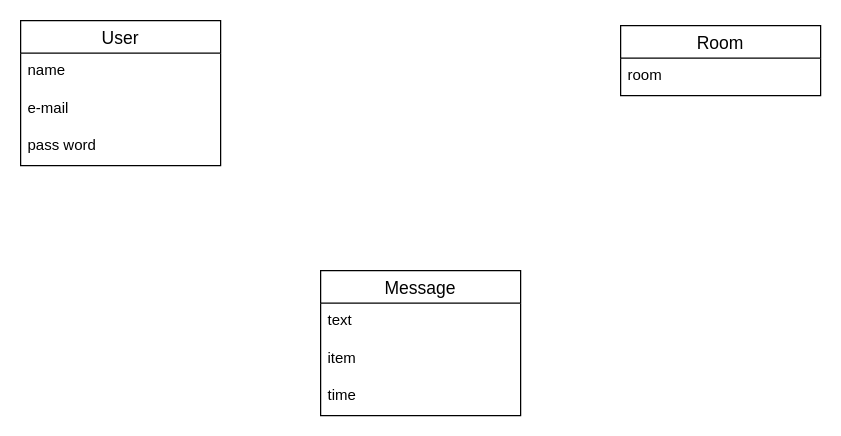
Before: Draw.dio in Office-asami/chat-app, a draw.io diagram. Source tidied: cells renumbered, new cells numbered last; positions are measured from the earlier drawing's top-left corner, leaving out a move shared by most shapes. Both pictures are drawn from the tidied source at 125%, with x=0, y=0 at pixel (20, 20).
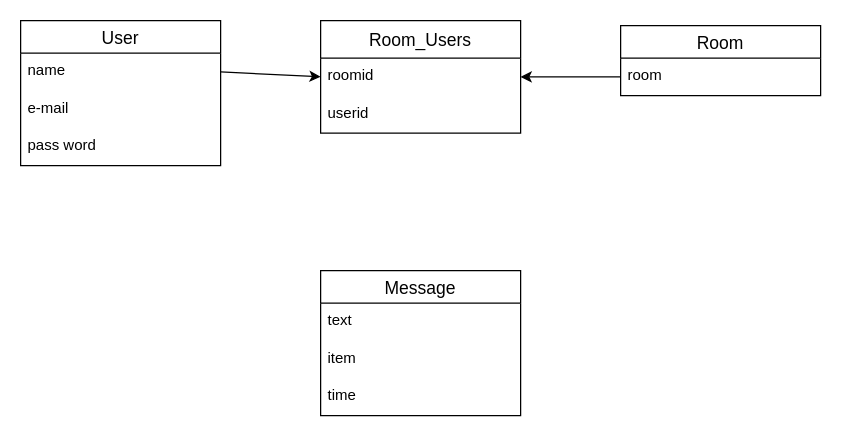
Above is the later version.

Commit message (it also covers changes not shown here):
room_usersテーブルの作成

Change to the diagram source:
```diff
@@
 <mxGraphModel>
   <root>
     <mxCell id="0" />
     <mxCell id="1" parent="0" />
     <mxCell id="2" value="User" style="swimlane;fontStyle=0;horizontal=1;startSize=26;align=center;fontSize=14;" parent="1" vertex="1">
       <mxGeometry width="160" height="116" as="geometry" />
     </mxCell>
     <mxCell id="3" value="name" style="text;strokeColor=none;fillColor=none;spacingLeft=4;spacingRight=4;overflow=hidden;points=[[0,0.5],[1,0.5]];portConstraint=eastwest;fontSize=12;" parent="2" vertex="1">
       <mxGeometry y="26" width="160" height="30" as="geometry" />
     </mxCell>
     <mxCell id="4" value="e-mail" style="text;strokeColor=none;fillColor=none;spacingLeft=4;spacingRight=4;overflow=hidden;fontSize=12;" parent="2" vertex="1">
       <mxGeometry y="56" width="160" height="30" as="geometry" />
     </mxCell>
     <mxCell id="5" value="pass word" style="text;strokeColor=none;fillColor=none;spacingLeft=4;spacingRight=4;overflow=hidden;fontSize=12;" parent="2" vertex="1">
       <mxGeometry y="86" width="160" height="30" as="geometry" />
     </mxCell>
     <mxCell id="6" value="Room" style="swimlane;fontStyle=0;horizontal=1;startSize=26;align=center;fontSize=14;" parent="1" vertex="1">
       <mxGeometry x="480" y="4" width="160" height="56" as="geometry" />
     </mxCell>
     <mxCell id="7" value="room" style="text;strokeColor=none;fillColor=none;spacingLeft=4;spacingRight=4;overflow=hidden;points=[[0,0.5],[1,0.5]];portConstraint=eastwest;fontSize=12;" parent="6" vertex="1">
       <mxGeometry y="26" width="160" height="30" as="geometry" />
     </mxCell>
     <mxCell id="8" value="Message" style="swimlane;fontStyle=0;horizontal=1;startSize=26;align=center;fontSize=14;" parent="1" vertex="1">
       <mxGeometry x="240" y="200" width="160" height="116" as="geometry" />
     </mxCell>
     <mxCell id="9" value="text" style="text;strokeColor=none;fillColor=none;spacingLeft=4;spacingRight=4;overflow=hidden;fontSize=12;" parent="8" vertex="1">
       <mxGeometry y="26" width="160" height="30" as="geometry" />
     </mxCell>
     <mxCell id="10" value="item" style="text;strokeColor=none;fillColor=none;spacingLeft=4;spacingRight=4;overflow=hidden;fontSize=12;" parent="8" vertex="1">
       <mxGeometry y="56" width="160" height="30" as="geometry" />
     </mxCell>
     <mxCell id="11" value="time" style="text;strokeColor=none;fillColor=none;spacingLeft=4;spacingRight=4;overflow=hidden;fontSize=12;" parent="8" vertex="1">
       <mxGeometry y="86" width="160" height="30" as="geometry" />
     </mxCell>
+    <mxCell id="12" value="Room_Users" style="swimlane;fontStyle=0;horizontal=1;startSize=30;align=center;fontSize=14;" parent="1" vertex="1">
+      <mxGeometry x="240" width="160" height="90" as="geometry" />
+    </mxCell>
+    <mxCell id="13" value="roomid " style="text;strokeColor=none;fillColor=none;spacingLeft=4;spacingRight=4;overflow=hidden;points=[[0,0.5],[1,0.5]];portConstraint=eastwest;fontSize=12;" parent="12" vertex="1">
+      <mxGeometry y="30" width="160" height="30" as="geometry" />
+    </mxCell>
+    <mxCell id="14" value="userid" style="text;strokeColor=none;fillColor=none;spacingLeft=4;spacingRight=4;overflow=hidden;fontSize=12;" parent="12" vertex="1">
+      <mxGeometry y="60" width="160" height="30" as="geometry" />
+    </mxCell>
+    <mxCell id="15" style="edgeStyle=none;html=1;exitX=0;exitY=0.5;exitDx=0;exitDy=0;entryX=1;entryY=0.5;entryDx=0;entryDy=0;" parent="1" edge="1" source="7" target="13">
+      <mxGeometry relative="1" as="geometry" />
+    </mxCell>
+    <mxCell id="16" style="edgeStyle=none;html=1;exitX=1;exitY=0.5;exitDx=0;exitDy=0;entryX=0;entryY=0.5;entryDx=0;entryDy=0;" parent="1" edge="1" source="3" target="13">
+      <mxGeometry relative="1" as="geometry" />
+    </mxCell>
   </root>
 </mxGraphModel>
```
